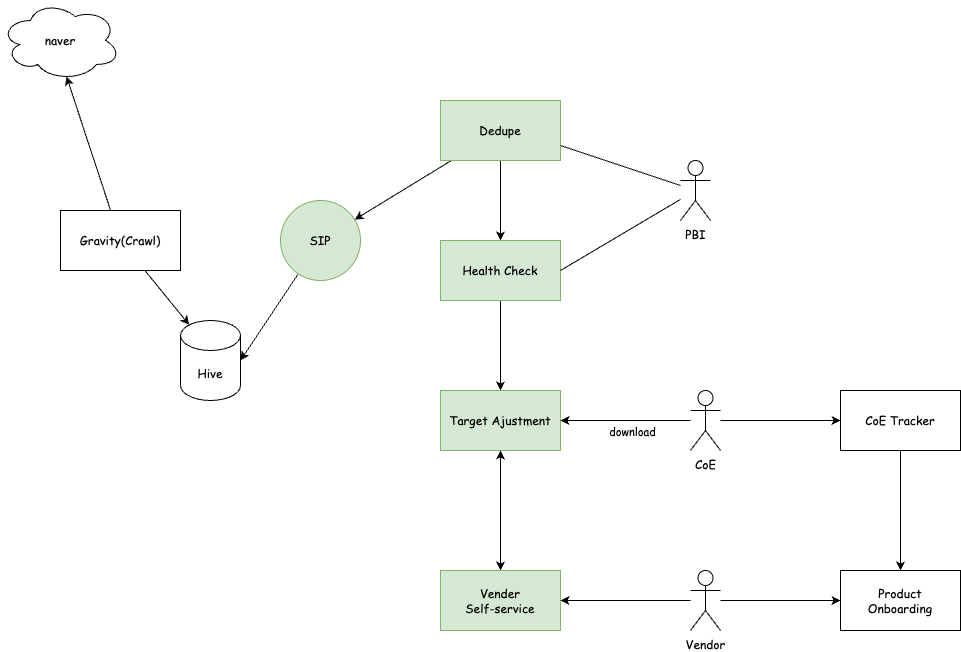
Before: interview/deep dive/simple.sip.drawio.png, a diagram exported from draw.io (an-Onion/next-step). Source tidied: cells renumbered, new cells last; positions are measured from the earlier drawing's top-left corner, leaving out a move shared by most shapes. Source of this version:
```xml
<mxGraphModel>
  <root>
    <mxCell id="0" />
    <mxCell id="1" parent="0" />
    <mxCell id="2" style="edgeStyle=none;html=1;entryX=0.55;entryY=0.95;entryDx=0;entryDy=0;entryPerimeter=0;fontFamily=Comic Sans MS;" parent="1" edge="1" source="4" target="5">
      <mxGeometry relative="1" as="geometry" />
    </mxCell>
    <mxCell id="3" style="edgeStyle=none;html=1;entryX=0.145;entryY=0;entryDx=0;entryDy=4.35;entryPerimeter=0;fontFamily=Comic Sans MS;" parent="1" edge="1" source="4" target="8">
      <mxGeometry relative="1" as="geometry" />
    </mxCell>
    <mxCell id="4" value="Gravity(Crawl)" style="rounded=0;whiteSpace=wrap;html=1;fontFamily=Comic Sans MS;" parent="1" vertex="1">
      <mxGeometry x="60" y="210" width="120" height="60" as="geometry" />
    </mxCell>
    <mxCell id="5" value="naver" style="ellipse;shape=cloud;whiteSpace=wrap;html=1;fontFamily=Comic Sans MS;" parent="1" vertex="1">
      <mxGeometry width="120" height="80" as="geometry" />
    </mxCell>
    <mxCell id="6" style="edgeStyle=none;html=1;entryX=1;entryY=0.5;entryDx=0;entryDy=0;entryPerimeter=0;fontFamily=Comic Sans MS;" parent="1" edge="1" source="7" target="8">
      <mxGeometry relative="1" as="geometry" />
    </mxCell>
    <mxCell id="7" value="SIP" style="ellipse;whiteSpace=wrap;html=1;fontFamily=Comic Sans MS;fillColor=#d5e8d4;strokeColor=#82b366;" parent="1" vertex="1">
      <mxGeometry x="280" y="200" width="80" height="80" as="geometry" />
    </mxCell>
    <mxCell id="8" value="Hive" style="shape=cylinder3;whiteSpace=wrap;html=1;boundedLbl=1;backgroundOutline=1;size=15;fontFamily=Comic Sans MS;" parent="1" vertex="1">
      <mxGeometry x="180" y="320" width="60" height="80" as="geometry" />
    </mxCell>
    <mxCell id="9" style="edgeStyle=none;html=1;entryX=0.5;entryY=0;entryDx=0;entryDy=0;fontFamily=Comic Sans MS;" parent="1" edge="1" source="11" target="13">
      <mxGeometry relative="1" as="geometry" />
    </mxCell>
    <mxCell id="10" style="edgeStyle=none;html=1;fontFamily=Comic Sans MS;endArrow=classic;endFill=1;" parent="1" edge="1" source="11" target="7">
      <mxGeometry relative="1" as="geometry" />
    </mxCell>
    <mxCell id="11" value="Dedupe" style="rounded=0;whiteSpace=wrap;html=1;fontFamily=Comic Sans MS;fillColor=#d5e8d4;strokeColor=#82b366;" parent="1" vertex="1">
      <mxGeometry x="440" y="100" width="120" height="60" as="geometry" />
    </mxCell>
    <mxCell id="12" style="edgeStyle=none;html=1;entryX=0.5;entryY=0;entryDx=0;entryDy=0;fontFamily=Comic Sans MS;" parent="1" edge="1" source="13" target="15">
      <mxGeometry relative="1" as="geometry" />
    </mxCell>
    <mxCell id="13" value="Health Check" style="rounded=0;whiteSpace=wrap;html=1;fontFamily=Comic Sans MS;fillColor=#d5e8d4;strokeColor=#82b366;" parent="1" vertex="1">
      <mxGeometry x="440" y="240" width="120" height="60" as="geometry" />
    </mxCell>
    <mxCell id="14" style="edgeStyle=none;html=1;entryX=0.5;entryY=0;entryDx=0;entryDy=0;fontFamily=Comic Sans MS;endArrow=classic;endFill=1;" parent="1" edge="1" source="15" target="26">
      <mxGeometry relative="1" as="geometry" />
    </mxCell>
    <mxCell id="15" value="Target Ajustment" style="rounded=0;whiteSpace=wrap;html=1;fontFamily=Comic Sans MS;fillColor=#d5e8d4;strokeColor=#82b366;" parent="1" vertex="1">
      <mxGeometry x="440" y="390" width="120" height="60" as="geometry" />
    </mxCell>
    <mxCell id="16" style="edgeStyle=none;html=1;entryX=1;entryY=0.75;entryDx=0;entryDy=0;endArrow=none;endFill=0;fontFamily=Comic Sans MS;" parent="1" edge="1" source="18" target="11">
      <mxGeometry relative="1" as="geometry" />
    </mxCell>
    <mxCell id="17" style="edgeStyle=none;html=1;entryX=1;entryY=0.5;entryDx=0;entryDy=0;endArrow=none;endFill=0;fontFamily=Comic Sans MS;" parent="1" edge="1" source="18" target="13">
      <mxGeometry relative="1" as="geometry" />
    </mxCell>
    <mxCell id="18" value="PBI" style="shape=umlActor;verticalLabelPosition=bottom;verticalAlign=top;html=1;outlineConnect=0;fontFamily=Comic Sans MS;" parent="1" vertex="1">
      <mxGeometry x="680" y="160" width="30" height="60" as="geometry" />
    </mxCell>
    <mxCell id="19" style="edgeStyle=none;html=1;entryX=0.5;entryY=0;entryDx=0;entryDy=0;" parent="1" edge="1" source="20" target="30">
      <mxGeometry relative="1" as="geometry" />
    </mxCell>
    <mxCell id="20" value="CoE Tracker" style="rounded=0;whiteSpace=wrap;html=1;fontFamily=Comic Sans MS;" parent="1" vertex="1">
      <mxGeometry x="840" y="390" width="120" height="60" as="geometry" />
    </mxCell>
    <mxCell id="21" style="edgeStyle=none;html=1;entryX=1;entryY=0.5;entryDx=0;entryDy=0;endArrow=classic;endFill=1;fontFamily=Comic Sans MS;" parent="1" edge="1" source="24" target="15">
      <mxGeometry relative="1" as="geometry" />
    </mxCell>
    <mxCell id="22" value="download" style="edgeLabel;html=1;align=center;verticalAlign=middle;fontFamily=Comic Sans MS;" parent="21" vertex="1">
      <mxGeometry x="-0.09" y="-2" relative="1" as="geometry">
        <mxPoint y="12" as="offset" />
      </mxGeometry>
    </mxCell>
    <mxCell id="23" style="edgeStyle=none;html=1;entryX=0;entryY=0.5;entryDx=0;entryDy=0;endArrow=classic;endFill=1;fontFamily=Comic Sans MS;" parent="1" edge="1" source="24" target="20">
      <mxGeometry relative="1" as="geometry" />
    </mxCell>
    <mxCell id="24" value="CoE" style="shape=umlActor;verticalLabelPosition=bottom;verticalAlign=top;html=1;outlineConnect=0;fontFamily=Comic Sans MS;" parent="1" vertex="1">
      <mxGeometry x="690" y="390" width="30" height="60" as="geometry" />
    </mxCell>
    <mxCell id="25" style="edgeStyle=none;html=1;fontFamily=Comic Sans MS;endArrow=classic;endFill=1;" parent="1" edge="1" source="26" target="15">
      <mxGeometry relative="1" as="geometry" />
    </mxCell>
    <mxCell id="26" value="Vender &lt;br&gt;Self-service" style="rounded=0;whiteSpace=wrap;html=1;fontFamily=Comic Sans MS;fillColor=#d5e8d4;strokeColor=#82b366;" parent="1" vertex="1">
      <mxGeometry x="440" y="570" width="120" height="60" as="geometry" />
    </mxCell>
    <mxCell id="27" style="edgeStyle=none;html=1;entryX=1;entryY=0.5;entryDx=0;entryDy=0;fontFamily=Comic Sans MS;endArrow=classic;endFill=1;" parent="1" edge="1" source="29" target="26">
      <mxGeometry relative="1" as="geometry" />
    </mxCell>
    <mxCell id="28" style="edgeStyle=none;html=1;" parent="1" edge="1" source="29" target="30">
      <mxGeometry relative="1" as="geometry" />
    </mxCell>
    <mxCell id="29" value="Vendor" style="shape=umlActor;verticalLabelPosition=bottom;verticalAlign=top;html=1;outlineConnect=0;fontFamily=Comic Sans MS;" parent="1" vertex="1">
      <mxGeometry x="690" y="570" width="30" height="60" as="geometry" />
    </mxCell>
    <mxCell id="30" value="Product&lt;br&gt;Onboarding" style="rounded=0;whiteSpace=wrap;html=1;fontFamily=Comic Sans MS;" parent="1" vertex="1">
      <mxGeometry x="840" y="570" width="120" height="60" as="geometry" />
    </mxCell>
  </root>
</mxGraphModel>
```
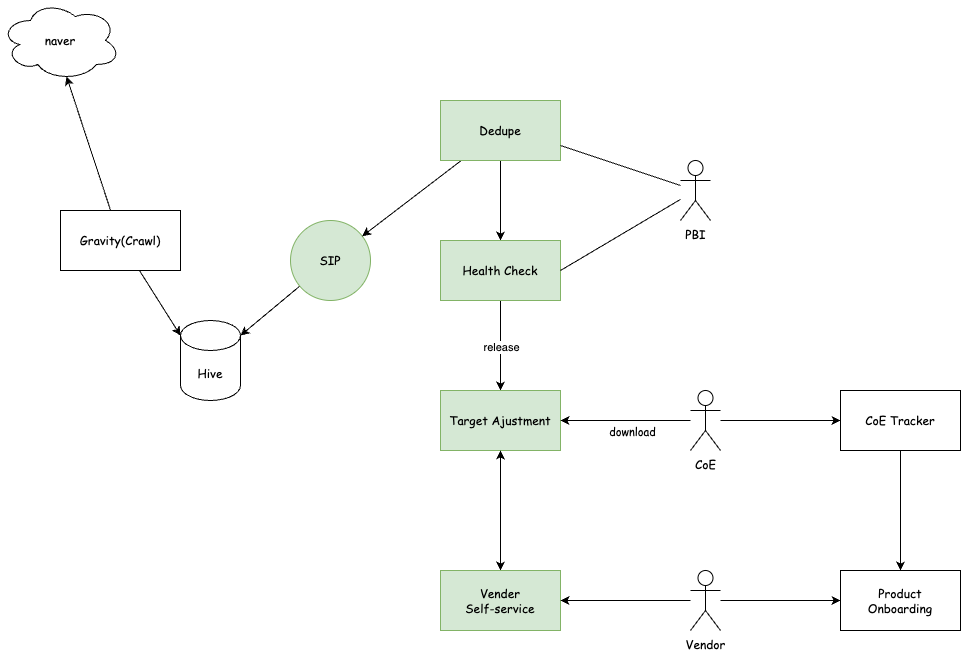
After the commit.

Change to the diagram source:
```diff
@@ -5,7 +5,7 @@
     <mxCell id="2" style="edgeStyle=none;html=1;entryX=0.55;entryY=0.95;entryDx=0;entryDy=0;entryPerimeter=0;fontFamily=Comic Sans MS;" parent="1" edge="1" source="4" target="5">
       <mxGeometry relative="1" as="geometry" />
     </mxCell>
-    <mxCell id="3" style="edgeStyle=none;html=1;entryX=0.145;entryY=0;entryDx=0;entryDy=4.35;entryPerimeter=0;fontFamily=Comic Sans MS;" parent="1" edge="1" source="4" target="8">
+    <mxCell id="3" style="edgeStyle=none;html=1;entryX=0;entryY=0;entryDx=0;entryDy=15;entryPerimeter=0;fontFamily=Comic Sans MS;" parent="1" edge="1" source="4" target="8">
       <mxGeometry relative="1" as="geometry" />
     </mxCell>
     <mxCell id="4" value="Gravity(Crawl)" style="rounded=0;whiteSpace=wrap;html=1;fontFamily=Comic Sans MS;" parent="1" vertex="1">
@@ -14,11 +14,11 @@
     <mxCell id="5" value="naver" style="ellipse;shape=cloud;whiteSpace=wrap;html=1;fontFamily=Comic Sans MS;" parent="1" vertex="1">
       <mxGeometry width="120" height="80" as="geometry" />
     </mxCell>
-    <mxCell id="6" style="edgeStyle=none;html=1;entryX=1;entryY=0.5;entryDx=0;entryDy=0;entryPerimeter=0;fontFamily=Comic Sans MS;" parent="1" edge="1" source="7" target="8">
+    <mxCell id="6" style="edgeStyle=none;html=1;entryX=1;entryY=0;entryDx=0;entryDy=15;entryPerimeter=0;fontFamily=Comic Sans MS;" parent="1" edge="1" source="7" target="8">
       <mxGeometry relative="1" as="geometry" />
     </mxCell>
     <mxCell id="7" value="SIP" style="ellipse;whiteSpace=wrap;html=1;fontFamily=Comic Sans MS;fillColor=#d5e8d4;strokeColor=#82b366;" parent="1" vertex="1">
-      <mxGeometry x="280" y="200" width="80" height="80" as="geometry" />
+      <mxGeometry x="290" y="220" width="80" height="80" as="geometry" />
     </mxCell>
     <mxCell id="8" value="Hive" style="shape=cylinder3;whiteSpace=wrap;html=1;boundedLbl=1;backgroundOutline=1;size=15;fontFamily=Comic Sans MS;" parent="1" vertex="1">
       <mxGeometry x="180" y="320" width="60" height="80" as="geometry" />
@@ -35,6 +35,9 @@
     <mxCell id="12" style="edgeStyle=none;html=1;entryX=0.5;entryY=0;entryDx=0;entryDy=0;fontFamily=Comic Sans MS;" parent="1" edge="1" source="13" target="15">
       <mxGeometry relative="1" as="geometry" />
     </mxCell>
+    <mxCell id="31" value="release" style="edgeLabel;html=1;align=center;verticalAlign=middle;" parent="12" vertex="1">
+      <mxGeometry x="0.02" relative="1" as="geometry" />
+    </mxCell>
     <mxCell id="13" value="Health Check" style="rounded=0;whiteSpace=wrap;html=1;fontFamily=Comic Sans MS;fillColor=#d5e8d4;strokeColor=#82b366;" parent="1" vertex="1">
       <mxGeometry x="440" y="240" width="120" height="60" as="geometry" />
     </mxCell>
```
